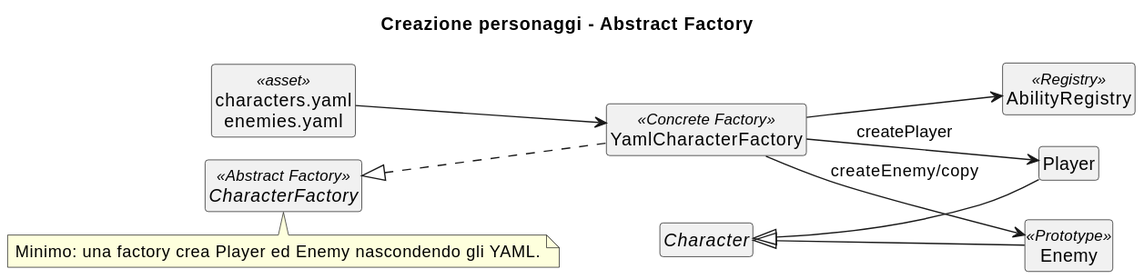
pcodez99/progetto-ISS-2025-2026 keeps this PlantUML diagram as docs/diagrams/systems/01-character-creation.svg. Above is the earlier version.
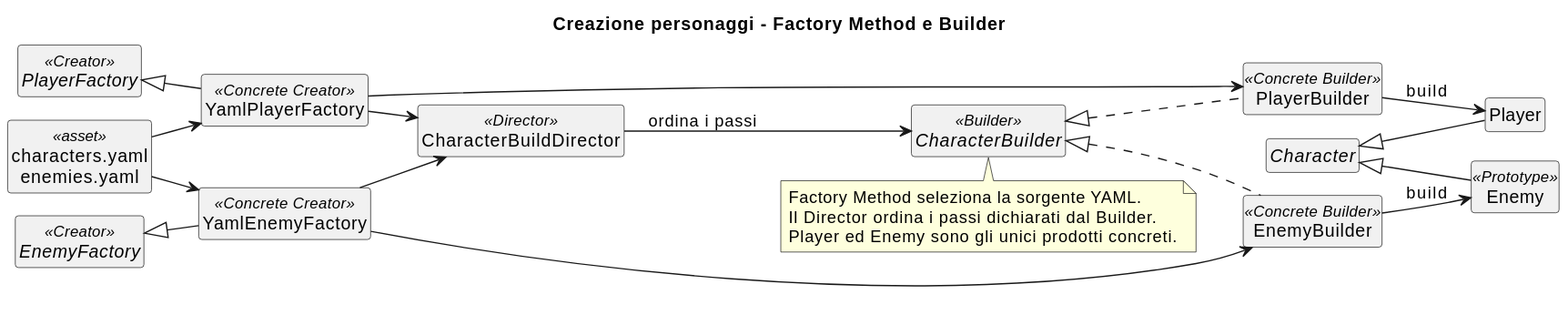
The same diagram one commit later.

The edit, as a diff of the source:
```diff
@@ -1,6 +1,6 @@
 @startuml
 !pragma layout smetana
-title Creazione personaggi - Abstract Factory
+title Creazione personaggi - Factory Method e Builder
 
 left to right direction
 skinparam classAttributeIconSize 0
@@ -8,22 +8,37 @@
 hide circle
 
 class "characters.yaml\nenemies.yaml" as CharacterYaml <<asset>>
-interface CharacterFactory <<Abstract Factory>>
-class YamlCharacterFactory <<Concrete Factory>>
-class AbilityRegistry <<Registry>>
+abstract class PlayerFactory <<Creator>>
+class YamlPlayerFactory <<Concrete Creator>>
+abstract class EnemyFactory <<Creator>>
+class YamlEnemyFactory <<Concrete Creator>>
+interface CharacterBuilder <<Builder>>
+class CharacterBuildDirector <<Director>>
+class PlayerBuilder <<Concrete Builder>>
+class EnemyBuilder <<Concrete Builder>>
 abstract class Character
 class Player
 class Enemy <<Prototype>>
 
-CharacterYaml --> YamlCharacterFactory
-CharacterFactory <|.. YamlCharacterFactory
-YamlCharacterFactory --> AbilityRegistry
-YamlCharacterFactory --> Player : createPlayer
-YamlCharacterFactory --> Enemy : createEnemy/copy
+PlayerFactory <|-- YamlPlayerFactory
+EnemyFactory <|-- YamlEnemyFactory
+CharacterYaml --> YamlPlayerFactory
+CharacterYaml --> YamlEnemyFactory
+YamlPlayerFactory --> PlayerBuilder
+YamlEnemyFactory --> EnemyBuilder
+YamlPlayerFactory --> CharacterBuildDirector
+YamlEnemyFactory --> CharacterBuildDirector
+CharacterBuildDirector --> CharacterBuilder : ordina i passi
+CharacterBuilder <|.. PlayerBuilder
+CharacterBuilder <|.. EnemyBuilder
+PlayerBuilder --> Player : build
+EnemyBuilder --> Enemy : build
 Character <|-- Player
 Character <|-- Enemy
 
-note bottom of CharacterFactory
-Minimo: una factory crea Player ed Enemy nascondendo gli YAML.
+note bottom of CharacterBuilder
+Factory Method seleziona la sorgente YAML.
+Il Director ordina i passi dichiarati dal Builder.
+Player ed Enemy sono gli unici prodotti concreti.
 end note
 @enduml
```
